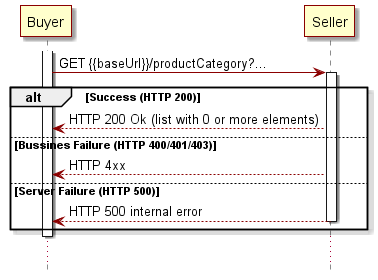
This is documentation/productApi/catalog/media/retrieveProductCategoryList-seqFlow.png from MEF-GIT/MEF-LSO-Sonata-SDK, a PlantUML export, as it was before one commit.
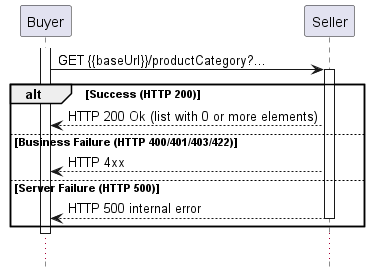
After the change.

Change to the diagram source:
```diff
@@ -1,21 +1,7 @@
 @startuml
-skinparam {
-participantBorderColor DarkRed
-participantBorderThickness 1
-participantBackgroundColor BUSINESS
 
-LifeLineBorderColor DarkRed
-LifeLineBackgroundColor DarkRed
 
-databaseBorderColor Grey
-databaseBorderThickness 1
 
-shadowing true
-RoundCorner 0
-LineColor DarkRed
-ArrowColor DarkRed
-ArrowThickness 1
-}
 
 hide footbox
 
@@ -26,7 +12,7 @@
 b -> s++: GET {{baseUrl}}/productCategory?...
 alt Success (HTTP 200)
 b <-- s: HTTP 200 Ok (list with 0 or more elements)
-else Bussines Failure (HTTP 400/401/403)
+else Business Failure (HTTP 400/401/403/422)
 b <-- s: HTTP 4xx
 else Server Failure (HTTP 500)
 b <-- s--: HTTP 500 internal error
```
